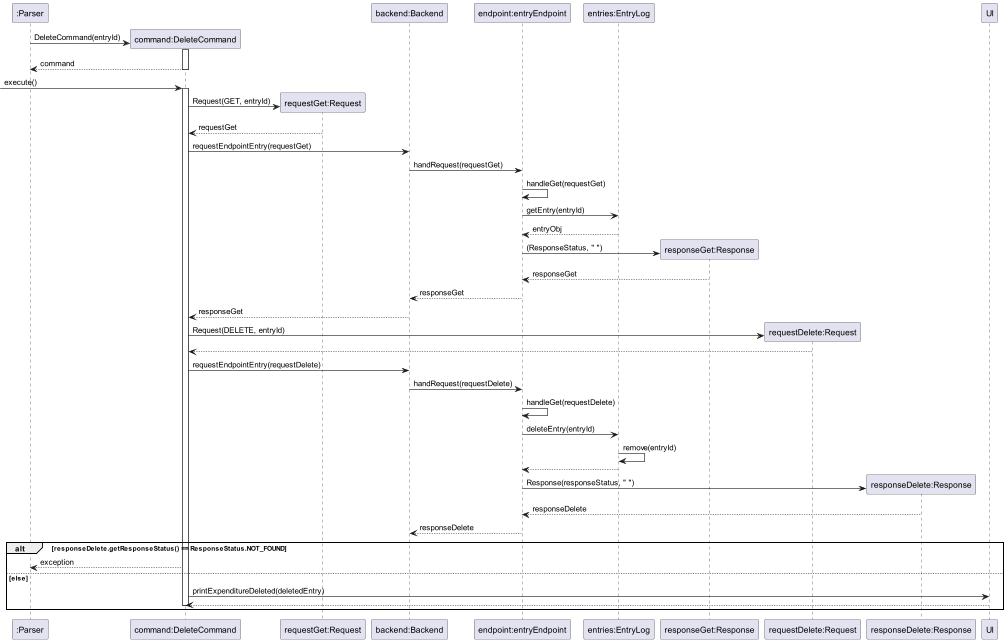
This is docs/static/DeleteCommandSequenceDiagram.png from nus-cs2113-AY2223S2/tp, a PlantUML export, as it was before one commit.
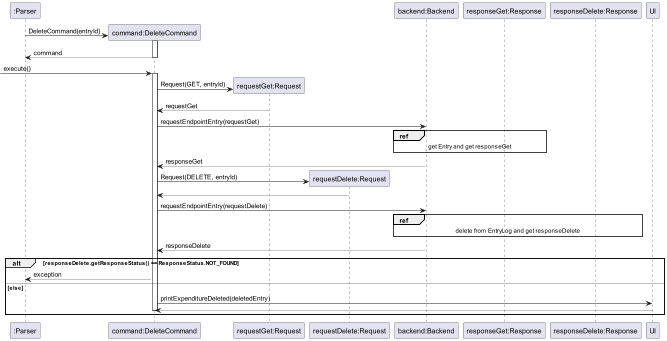
After the change.

Commit message:
Update sequence diagrams

What changed in the source:
```diff
@@ -3,11 +3,9 @@
 participant ":Parser" as Parser
 participant "command:DeleteCommand" as DeleteCommand
 participant "requestGet:Request" as RequestGet
+participant "requestDelete:Request" as RequestDelete
 participant "backend:Backend" as Backend
-participant "endpoint:entryEndpoint" as Endpoint
-participant "entries:EntryLog" as EntryLog
 participant "responseGet:Response" as ResponseGet
-participant "requestDelete:Request" as RequestDelete
 participant "responseDelete:Response" as ResponseDelete
 participant "UI" as UI
 
@@ -20,28 +18,21 @@
 DeleteCommand -> RequestGet ** : Request(GET, entryId)
 RequestGet --> DeleteCommand : requestGet
 DeleteCommand -> Backend : requestEndpointEntry(requestGet)
-Backend -> Endpoint : handRequest(requestGet)
-Endpoint -> Endpoint : handleGet(requestGet)
-Endpoint -> EntryLog : getEntry(entryId)
-EntryLog --> Endpoint : entryObj
-Endpoint -> ResponseGet ** : (ResponseStatus, " ")
-ResponseGet --> Endpoint : responseGet
-Endpoint -->Backend: responseGet
+ref over Backend, ResponseGet
+get Entry and get responseGet
+end ref
 Backend --> DeleteCommand : responseGet
 
 DeleteCommand -> RequestDelete ** : Request(DELETE, entryId)
 RequestDelete --> DeleteCommand
 DeleteCommand -> Backend : requestEndpointEntry(requestDelete)
-Backend -> Endpoint : handRequest(requestDelete)
-Endpoint -> Endpoint : handleGet(requestDelete)
-Endpoint -> EntryLog : deleteEntry(entryId)
-EntryLog -> EntryLog : remove(entryId)
-EntryLog --> Endpoint
-Endpoint -> ResponseDelete ** : Response(responseStatus, " ")
-ResponseDelete --> Endpoint : responseDelete
-Endpoint --> Backend : responseDelete
+
+ref over Backend, ResponseDelete
+delete from EntryLog and get responseDelete
+end ref
 
 
+Backend --> DeleteCommand : responseDelete
 alt responseDelete.getResponseStatus() == ResponseStatus.NOT_FOUND
     DeleteCommand --> Parser : exception
 else else
```
